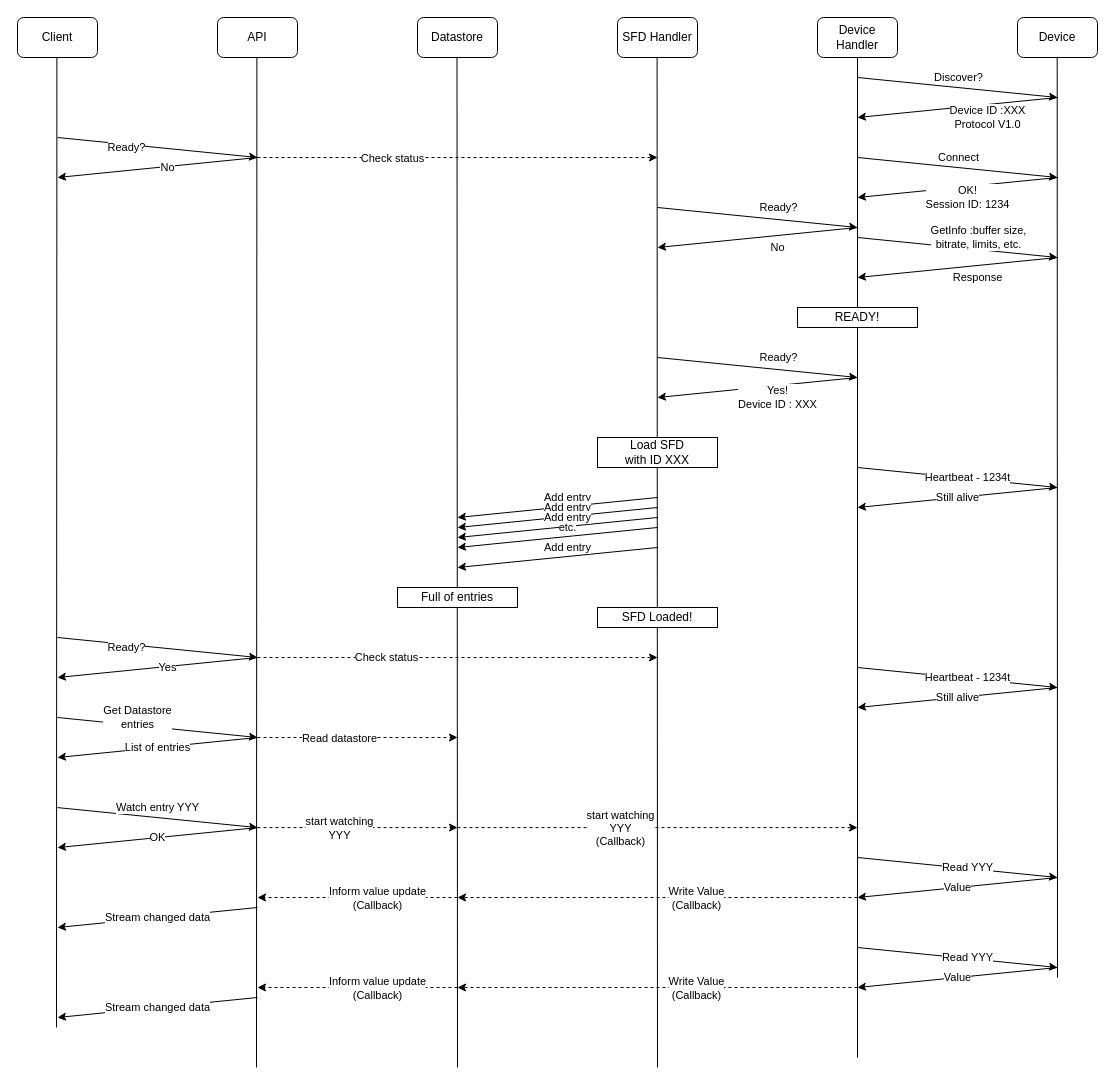
The draw.io diagram assets/drawio/normal_operation_init_sequence.drawio in scrutinydebugger/scrutiny-doc, before the edit. Source tidied: cells renumbered, new cells numbered last; positions are measured from the earlier drawing's top-left corner, leaving out a move shared by most shapes. Both pictures are drawn from the tidied source at 100%, with x=0, y=0 at pixel (17, 17).
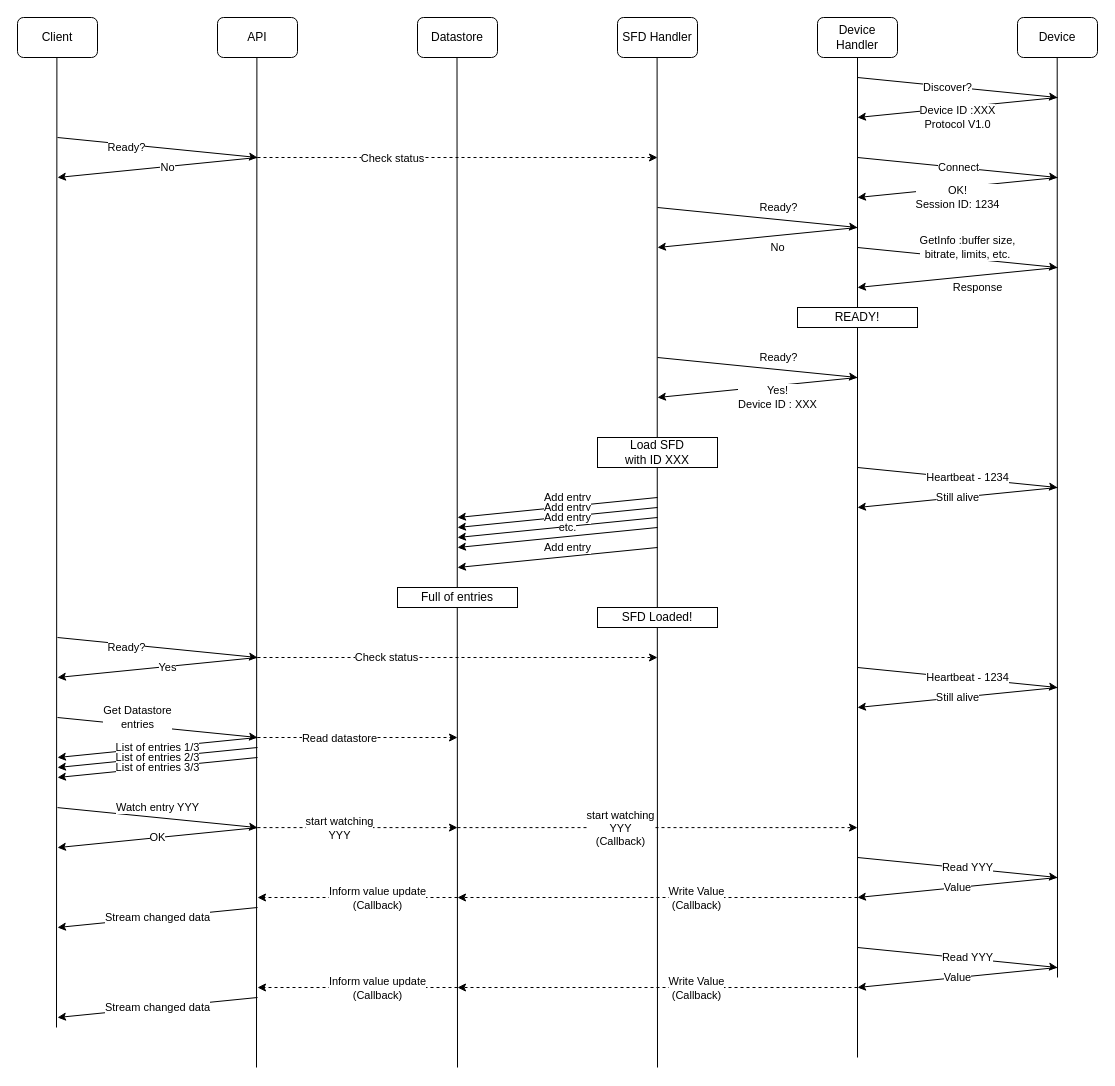
After the change.

The change refers to these unchanged cells:
```xml
<mxCell id="10" style="endArrow=classic;html=1;rounded=0;" parent="1" edge="1">
  <mxGeometry relative="1" as="geometry">
    <mxPoint x="840" y="60" as="sourcePoint" />
    <mxPoint x="1040" y="80" as="targetPoint" />
  </mxGeometry>
</mxCell>
<mxCell id="12" style="endArrow=classic;html=1;rounded=0;" parent="1" edge="1">
  <mxGeometry relative="1" as="geometry">
    <mxPoint x="1040" y="80" as="sourcePoint" />
    <mxPoint x="840" y="100" as="targetPoint" />
  </mxGeometry>
</mxCell>
<mxCell id="14" style="endArrow=classic;html=1;rounded=0;" parent="1" edge="1">
  <mxGeometry relative="1" as="geometry">
    <mxPoint x="840" y="140" as="sourcePoint" />
    <mxPoint x="1040" y="160" as="targetPoint" />
  </mxGeometry>
</mxCell>
<mxCell id="16" style="endArrow=classic;html=1;rounded=0;" parent="1" edge="1">
  <mxGeometry relative="1" as="geometry">
    <mxPoint x="1040" y="160" as="sourcePoint" />
    <mxPoint x="840" y="180" as="targetPoint" />
  </mxGeometry>
</mxCell>
<mxCell id="48" style="endArrow=classic;html=1;rounded=0;" parent="1" edge="1">
  <mxGeometry relative="1" as="geometry">
    <mxPoint x="840" y="450" as="sourcePoint" />
    <mxPoint x="1040" y="470" as="targetPoint" />
  </mxGeometry>
</mxCell>
<mxCell id="68" style="endArrow=classic;html=1;rounded=0;" parent="1" edge="1">
  <mxGeometry relative="1" as="geometry">
    <mxPoint x="240" y="720" as="sourcePoint" />
    <mxPoint x="40" y="740" as="targetPoint" />
  </mxGeometry>
</mxCell>
<mxCell id="98" style="endArrow=classic;html=1;rounded=0;" parent="1" edge="1">
  <mxGeometry relative="1" as="geometry">
    <mxPoint x="840" y="650" as="sourcePoint" />
    <mxPoint x="1040" y="670" as="targetPoint" />
  </mxGeometry>
</mxCell>
```

Diff of the diagram source:
```diff
@@
     <mxCell id="11" value="Discover?" style="edgeLabel;html=1;align=center;verticalAlign=middle;labelBackgroundColor=default;" parent="10" vertex="1">
       <mxGeometry x="0.07" y="1" relative="1" as="geometry">
-        <mxPoint x="-7" y="-10" as="offset" />
+        <mxPoint x="-18" as="offset" />
       </mxGeometry>
     </mxCell>
@@
     <mxCell id="13" value="Device ID :XXX&lt;br&gt;Protocol V1.0" style="edgeLabel;html=1;align=center;verticalAlign=middle;labelBackgroundColor=default;" parent="12" vertex="1">
       <mxGeometry x="0.07" y="1" relative="1" as="geometry">
-        <mxPoint x="37" y="8" as="offset" />
+        <mxPoint x="7" y="8" as="offset" />
       </mxGeometry>
     </mxCell>
@@
     <mxCell id="15" value="Connect" style="edgeLabel;html=1;align=center;verticalAlign=middle;" parent="14" vertex="1">
       <mxGeometry x="0.07" y="1" relative="1" as="geometry">
-        <mxPoint x="-7" y="-10" as="offset" />
+        <mxPoint x="-7" as="offset" />
       </mxGeometry>
     </mxCell>
@@
     <mxCell id="17" value="&lt;div&gt;OK!&lt;/div&gt;Session ID: 1234" style="edgeLabel;html=1;align=center;verticalAlign=middle;labelBackgroundColor=default;" parent="16" vertex="1">
       <mxGeometry x="0.07" y="1" relative="1" as="geometry">
-        <mxPoint x="17" y="8" as="offset" />
+        <mxPoint x="7" y="8" as="offset" />
       </mxGeometry>
     </mxCell>
     <mxCell id="18" style="endArrow=classic;html=1;rounded=0;" parent="1" edge="1">
       <mxGeometry relative="1" as="geometry">
-        <mxPoint x="840" y="220" as="sourcePoint" />
-        <mxPoint x="1040" y="240" as="targetPoint" />
+        <mxPoint x="840" y="230" as="sourcePoint" />
+        <mxPoint x="1040" y="250" as="targetPoint" />
       </mxGeometry>
     </mxCell>
     <mxCell id="19" value="&lt;div&gt;GetInfo :buffer size, &lt;br&gt;&lt;/div&gt;&lt;div&gt;bitrate, limits, etc.&lt;/div&gt;" style="edgeLabel;html=1;align=center;verticalAlign=middle;" parent="18" vertex="1">
       <mxGeometry x="0.07" y="1" relative="1" as="geometry">
-        <mxPoint x="13" y="-10" as="offset" />
+        <mxPoint x="2" y="-10" as="offset" />
       </mxGeometry>
     </mxCell>
     <mxCell id="20" style="endArrow=classic;html=1;rounded=0;" parent="1" edge="1">
       <mxGeometry relative="1" as="geometry">
-        <mxPoint x="1040" y="240" as="sourcePoint" />
-        <mxPoint x="840" y="260" as="targetPoint" />
+        <mxPoint x="1040" y="250" as="sourcePoint" />
+        <mxPoint x="840" y="270" as="targetPoint" />
       </mxGeometry>
     </mxCell>
@@
-    <mxCell id="49" value="Heartbeat - 1234t" style="edgeLabel;html=1;align=center;verticalAlign=middle;" parent="48" vertex="1">
+    <mxCell id="49" value="Heartbeat - 1234" style="edgeLabel;html=1;align=center;verticalAlign=middle;" parent="48" vertex="1">
       <mxGeometry x="0.07" y="1" relative="1" as="geometry">
         <mxPoint x="2" as="offset" />
       </mxGeometry>
     </mxCell>
@@
-    <mxCell id="69" value="List of entries" style="edgeLabel;html=1;align=center;verticalAlign=middle;labelBackgroundColor=default;" parent="68" vertex="1">
+    <mxCell id="69" value="List of entries 1/3" style="edgeLabel;html=1;align=center;verticalAlign=middle;labelBackgroundColor=default;" parent="68" vertex="1">
       <mxGeometry x="0.07" y="1" relative="1" as="geometry">
         <mxPoint x="7" y="-2" as="offset" />
       </mxGeometry>
     </mxCell>
@@
-    <mxCell id="99" value="Heartbeat - 1234t" style="edgeLabel;html=1;align=center;verticalAlign=middle;" parent="98" vertex="1">
+    <mxCell id="99" value="Heartbeat - 1234" style="edgeLabel;html=1;align=center;verticalAlign=middle;" parent="98" vertex="1">
       <mxGeometry x="0.07" y="1" relative="1" as="geometry">
         <mxPoint x="2" as="offset" />
       </mxGeometry>
     </mxCell>
@@
+    <mxCell id="102" style="endArrow=classic;html=1;rounded=0;" parent="1" edge="1">
+      <mxGeometry relative="1" as="geometry">
+        <mxPoint x="240" y="730" as="sourcePoint" />
+        <mxPoint x="40" y="750" as="targetPoint" />
+      </mxGeometry>
+    </mxCell>
+    <mxCell id="103" value="List of entries 2/3" style="edgeLabel;html=1;align=center;verticalAlign=middle;labelBackgroundColor=default;" parent="102" vertex="1">
+      <mxGeometry x="0.07" y="1" relative="1" as="geometry">
+        <mxPoint x="7" y="-2" as="offset" />
+      </mxGeometry>
+    </mxCell>
+    <mxCell id="104" style="endArrow=classic;html=1;rounded=0;" parent="1" edge="1">
+      <mxGeometry relative="1" as="geometry">
+        <mxPoint x="240" y="740" as="sourcePoint" />
+        <mxPoint x="40" y="760" as="targetPoint" />
+      </mxGeometry>
+    </mxCell>
+    <mxCell id="105" value="List of entries 3/3" style="edgeLabel;html=1;align=center;verticalAlign=middle;labelBackgroundColor=default;" parent="104" vertex="1">
+      <mxGeometry x="0.07" y="1" relative="1" as="geometry">
+        <mxPoint x="7" y="-2" as="offset" />
+      </mxGeometry>
+    </mxCell>
```
